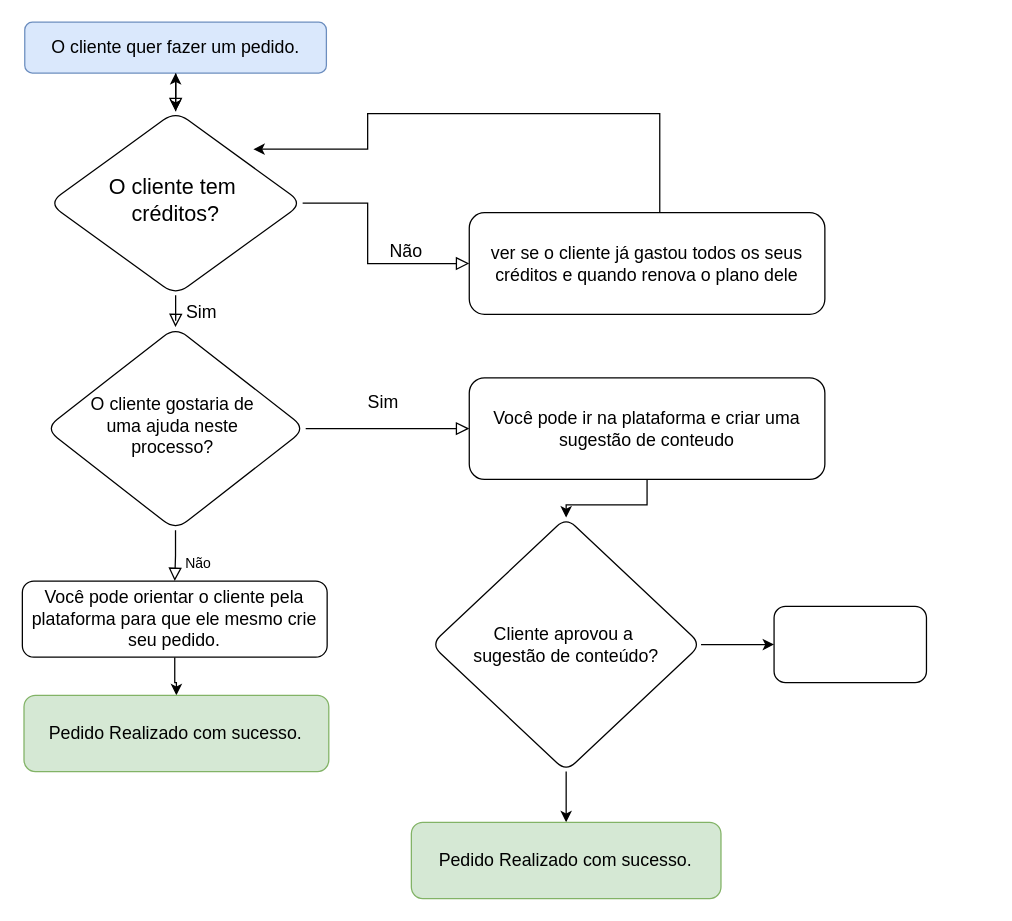
Before: Diagrama sem nome.drawio in RodrigoGrisi/Diagramas, a draw.io diagram. Source tidied: cells renumbered, new cells numbered last; positions are measured from the earlier drawing's top-left corner, leaving out a move shared by most shapes. Both pictures are drawn from the tidied source at 127%, with x=0, y=0 at pixel (22, 22).
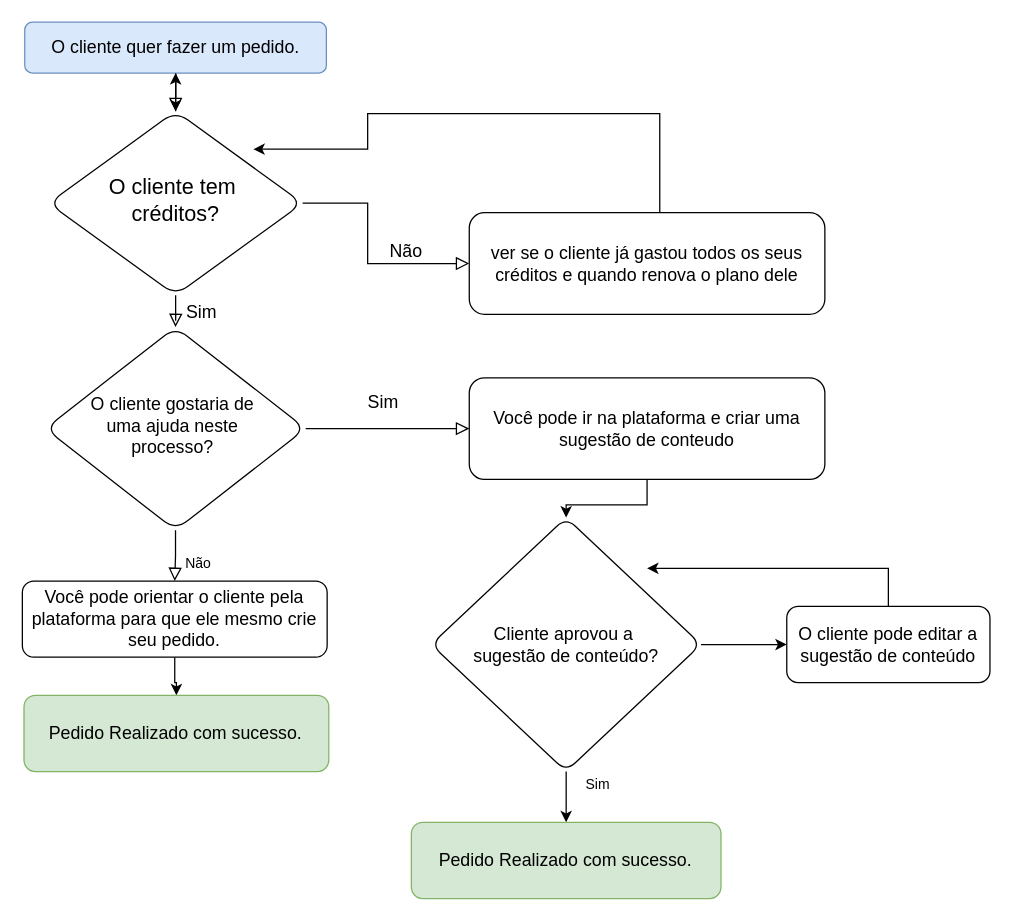
After the change.

The change refers to these unchanged cells:
```xml
<mxCell id="19" style="edgeStyle=orthogonalEdgeStyle;rounded=0;jettySize=auto;html=1;" parent="1" edge="1" source="20" target="23">
  <mxGeometry relative="1" as="geometry" />
</mxCell>
```

What changed in the source:
```diff
@@
+    <mxCell id="24" value="Sim" style="edgeLabel;html=1;align=center;verticalAlign=middle;" parent="19" vertex="1">
+      <mxGeometry x="-0.03" y="1" relative="1" as="geometry">
+        <mxPoint x="23" y="-9" as="offset" />
+      </mxGeometry>
+    </mxCell>
@@
+    <mxCell id="25" style="edgeStyle=orthogonalEdgeStyle;rounded=0;jettySize=auto;html=1;" parent="1" edge="1" source="22">
+      <mxGeometry relative="1" as="geometry">
+        <mxPoint x="492" y="430" as="targetPoint" />
+        <Array as="points">
+          <mxPoint x="682" y="430" />
+        </Array>
+      </mxGeometry>
+    </mxCell>
-    <mxCell id="22" style="whiteSpace=wrap;html=1;rounded=1;glass=0;strokeWidth=1;shadow=0;" parent="1" vertex="1">
-      <mxGeometry x="592" y="460" width="120" height="60" as="geometry" />
+    <mxCell id="22" value="&lt;span style=&quot;font-size: 14px;&quot;&gt;O cliente pode editar a sugestão de conteúdo&lt;/span&gt;" style="whiteSpace=wrap;html=1;rounded=1;glass=0;strokeWidth=1;shadow=0;" parent="1" vertex="1">
+      <mxGeometry x="602" y="460" width="160" height="60" as="geometry" />
     </mxCell>
```
